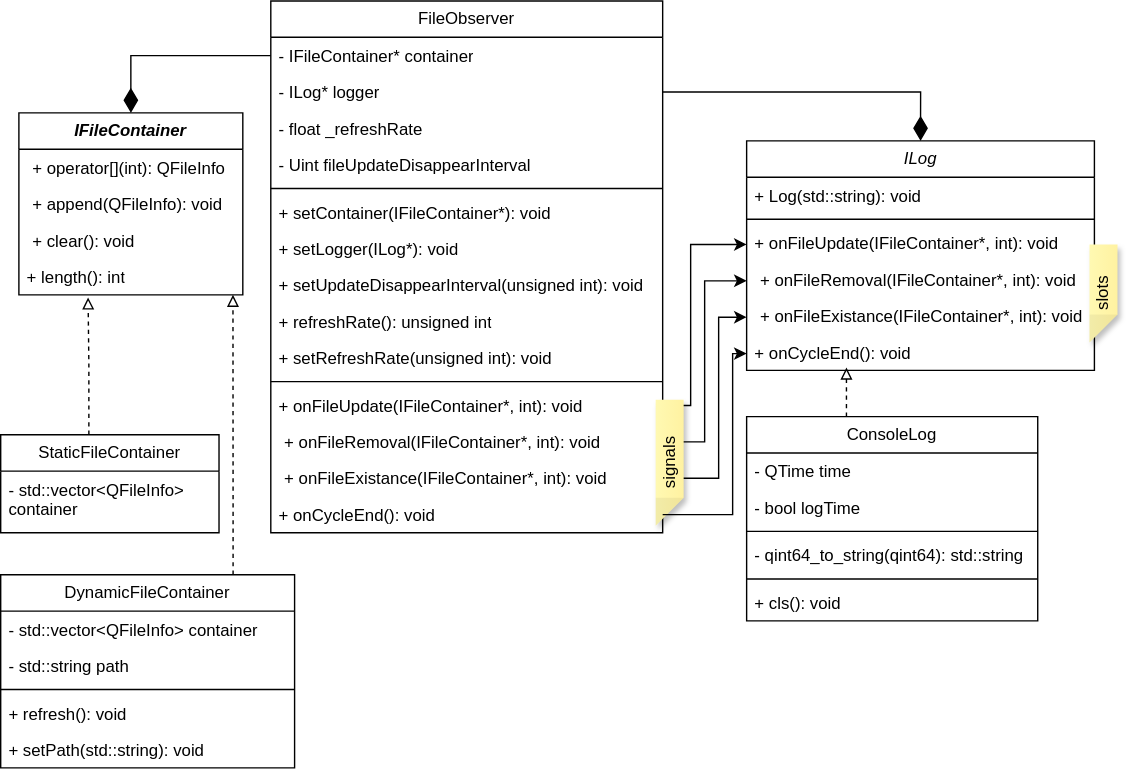
This is uml.drawio.svg from Helbushek/FileManager, a draw.io export, as it was before one commit. Source tidied: cells renumbered, new cells last; positions are measured from the earlier drawing's top-left corner, leaving out a move shared by most shapes.
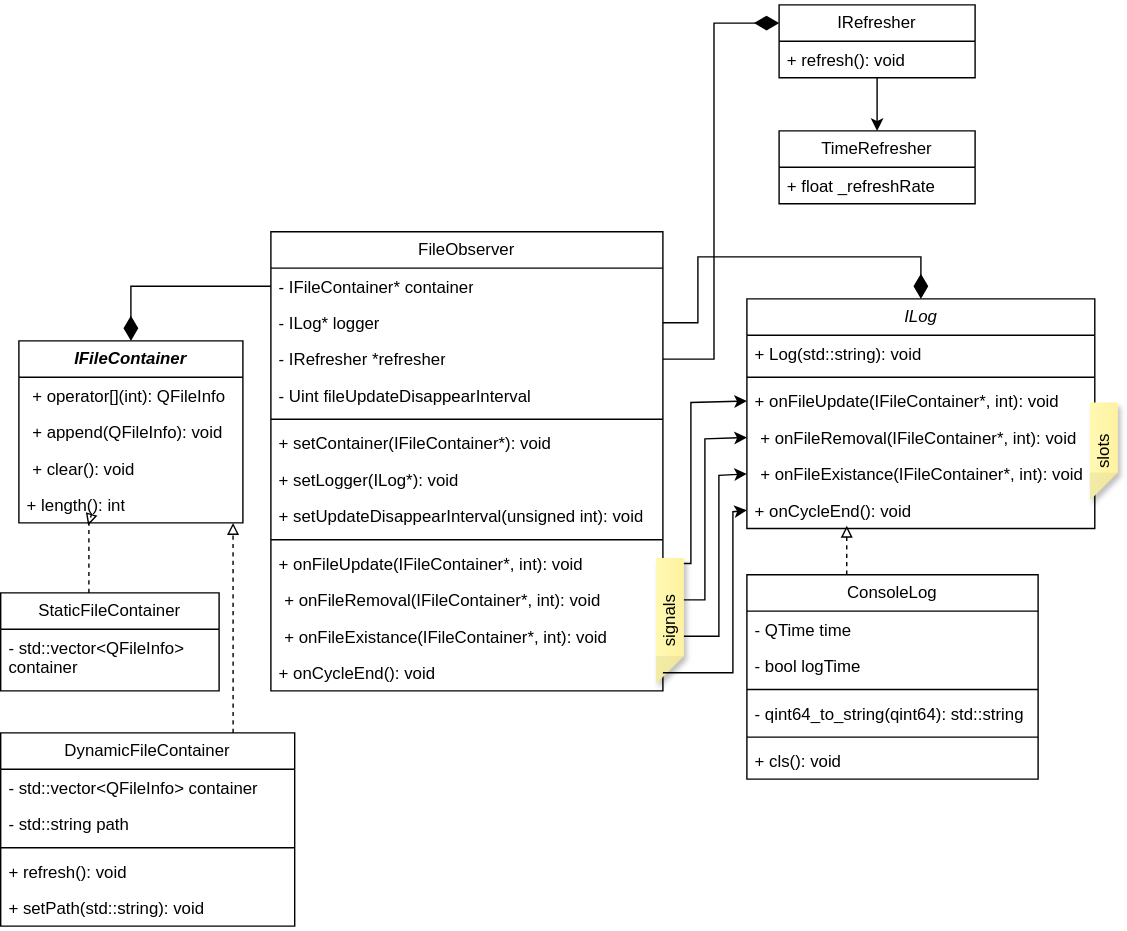
Later version of the same file.

Commit message:
Change for adding Refresher class in uml.drawio.svg

Change to the diagram source:
```diff
@@ -29,7 +29,7 @@
       <mxGeometry y="112" width="210" height="26" as="geometry" />
     </mxCell>
     <mxCell id="9" value="FileObserver" style="swimlane;fontStyle=0;horizontal=1;startSize=26;fillColor=none;whiteSpace=wrap;html=1;" parent="1" vertex="1">
-      <mxGeometry x="193" width="280" height="380" as="geometry" />
+      <mxGeometry x="193" y="52" width="280" height="328" as="geometry" />
     </mxCell>
     <mxCell id="10" value="- IFileContainer* container&lt;div&gt;&lt;br&gt;&lt;/div&gt;" style="text;strokeColor=none;fillColor=none;align=left;verticalAlign=top;spacingLeft=4;spacingRight=4;overflow=hidden;points=[[0,0.5],[1,0.5]];portConstraint=eastwest;whiteSpace=wrap;html=1;" parent="9" vertex="1">
       <mxGeometry y="26" width="280" height="26" as="geometry" />
@@ -37,7 +37,7 @@
     <mxCell id="11" value="- ILog* logger" style="text;strokeColor=none;fillColor=none;align=left;verticalAlign=top;spacingLeft=4;spacingRight=4;overflow=hidden;points=[[0,0.5],[1,0.5]];portConstraint=eastwest;whiteSpace=wrap;html=1;" parent="9" vertex="1">
       <mxGeometry y="52" width="280" height="26" as="geometry" />
     </mxCell>
-    <mxCell id="12" value="- float _refreshRate" style="text;strokeColor=none;fillColor=none;align=left;verticalAlign=top;spacingLeft=4;spacingRight=4;overflow=hidden;points=[[0,0.5],[1,0.5]];portConstraint=eastwest;whiteSpace=wrap;html=1;" parent="9" vertex="1">
+    <mxCell id="12" value="- IRefresher *refresher" style="text;strokeColor=none;fillColor=none;align=left;verticalAlign=top;spacingLeft=4;spacingRight=4;overflow=hidden;points=[[0,0.5],[1,0.5]];portConstraint=eastwest;whiteSpace=wrap;html=1;" parent="9" vertex="1">
       <mxGeometry y="78" width="280" height="26" as="geometry" />
     </mxCell>
     <mxCell id="13" value="- Uint fileUpdateDisappearInterval" style="text;strokeColor=none;fillColor=none;align=left;verticalAlign=top;spacingLeft=4;spacingRight=4;overflow=hidden;whiteSpace=wrap;html=1;" parent="9" vertex="1">
@@ -55,26 +55,20 @@
     <mxCell id="17" value="+ setUpdateDisappearInterval(unsigned int): void" style="text;strokeColor=none;fillColor=none;align=left;verticalAlign=top;spacingLeft=4;spacingRight=4;overflow=hidden;whiteSpace=wrap;html=1;" parent="9" vertex="1">
       <mxGeometry y="190" width="280" height="26" as="geometry" />
     </mxCell>
-    <mxCell id="18" value="+ refreshRate(): unsigned int" style="text;strokeColor=none;fillColor=none;align=left;verticalAlign=top;spacingLeft=4;spacingRight=4;overflow=hidden;whiteSpace=wrap;html=1;" parent="9" vertex="1">
-      <mxGeometry y="216" width="280" height="26" as="geometry" />
-    </mxCell>
-    <mxCell id="19" value="+ setRefreshRate(unsigned int): void" style="text;strokeColor=none;fillColor=none;align=left;verticalAlign=top;spacingLeft=4;spacingRight=4;overflow=hidden;whiteSpace=wrap;html=1;" parent="9" vertex="1">
-      <mxGeometry y="242" width="280" height="26" as="geometry" />
-    </mxCell>
     <mxCell id="20" style="line;strokeWidth=1;fillColor=none;align=left;verticalAlign=middle;spacingTop=-1;spacingLeft=3;spacingRight=3;labelPosition=right;strokeColor=inherit;" parent="9" vertex="1">
-      <mxGeometry y="268" width="280" height="8" as="geometry" />
+      <mxGeometry y="216" width="280" height="8" as="geometry" />
     </mxCell>
     <mxCell id="21" value="+ onFileUpdate(IFileContainer*, int): void" style="text;strokeColor=none;fillColor=none;align=left;verticalAlign=top;spacingLeft=4;spacingRight=4;overflow=hidden;points=[[0,0.5],[1,0.5]];portConstraint=eastwest;whiteSpace=wrap;html=1;" parent="9" vertex="1">
-      <mxGeometry y="276" width="280" height="26" as="geometry" />
+      <mxGeometry y="224" width="280" height="26" as="geometry" />
     </mxCell>
     <mxCell id="22" value="&lt;p style=&quot;margin: 0px 0px 0px 4px;&quot;&gt;+ onFileRemoval(IFileContainer*, int): void&lt;/p&gt;&lt;div&gt;&lt;br&gt;&lt;/div&gt;" style="text;strokeColor=none;fillColor=none;align=left;verticalAlign=top;spacingLeft=4;spacingRight=4;overflow=hidden;points=[[0,0.5],[1,0.5]];portConstraint=eastwest;whiteSpace=wrap;html=1;" parent="9" vertex="1">
-      <mxGeometry y="302" width="280" height="26" as="geometry" />
+      <mxGeometry y="250" width="280" height="26" as="geometry" />
     </mxCell>
     <mxCell id="23" value="&lt;p style=&quot;margin: 0px 0px 0px 4px;&quot;&gt;+ onFileExistance(IFileContainer*, int): void&lt;/p&gt;&lt;div&gt;&lt;br&gt;&lt;/div&gt;" style="text;strokeColor=none;fillColor=none;align=left;verticalAlign=top;spacingLeft=4;spacingRight=4;overflow=hidden;points=[[0,0.5],[1,0.5]];portConstraint=eastwest;whiteSpace=wrap;html=1;" parent="9" vertex="1">
-      <mxGeometry y="328" width="280" height="26" as="geometry" />
+      <mxGeometry y="276" width="280" height="26" as="geometry" />
     </mxCell>
     <mxCell id="24" value="+ onCycleEnd(): void" style="text;strokeColor=none;fillColor=none;align=left;verticalAlign=top;spacingLeft=4;spacingRight=4;overflow=hidden;points=[[0,0.5],[1,0.5]];portConstraint=eastwest;whiteSpace=wrap;html=1;" parent="9" vertex="1">
-      <mxGeometry y="354" width="280" height="26" as="geometry" />
+      <mxGeometry y="302" width="280" height="26" as="geometry" />
     </mxCell>
     <mxCell id="25" style="edgeStyle=orthogonalEdgeStyle;rounded=0;jettySize=auto;html=1;dashed=1;endArrow=block;endFill=0;strokeColor=default;entryX=0.287;entryY=0.923;entryDx=0;entryDy=0;entryPerimeter=0;" parent="1" edge="1" source="26" target="41">
       <mxGeometry relative="1" as="geometry">
@@ -171,7 +165,7 @@
       </mxGeometry>
     </mxCell>
     <mxCell id="48" value="&lt;b&gt;&lt;i&gt;IFileContainer&lt;/i&gt;&lt;/b&gt;" style="swimlane;fontStyle=0;horizontal=1;startSize=26;fillColor=none;whiteSpace=wrap;html=1;" parent="1" vertex="1">
-      <mxGeometry x="13" y="80" width="160" height="130" as="geometry" />
+      <mxGeometry x="13" y="130" width="160" height="130" as="geometry" />
     </mxCell>
     <mxCell id="49" value="&lt;p style=&quot;margin: 0px 0px 0px 4px;&quot;&gt;+ operator[](int): QFileInfo&lt;/p&gt;&lt;div&gt;&lt;br&gt;&lt;/div&gt;" style="text;strokeColor=none;fillColor=none;align=left;verticalAlign=top;spacingLeft=4;spacingRight=4;overflow=hidden;whiteSpace=wrap;html=1;" parent="48" vertex="1">
       <mxGeometry y="26" width="160" height="26" as="geometry" />
@@ -199,5 +193,23 @@
     <mxCell id="55" value="- std::vector&amp;lt;QFileInfo&amp;gt; container" style="text;strokeColor=none;fillColor=none;align=left;verticalAlign=top;spacingLeft=4;spacingRight=4;overflow=hidden;whiteSpace=wrap;html=1;" parent="54" vertex="1">
       <mxGeometry y="26" width="156" height="44" as="geometry" />
     </mxCell>
+    <mxCell id="56" style="edgeStyle=orthogonalEdgeStyle;rounded=0;jettySize=auto;html=1;entryX=0.5;entryY=0;entryDx=0;entryDy=0;" parent="1" edge="1" source="57" target="59">
+      <mxGeometry relative="1" as="geometry" />
+    </mxCell>
+    <mxCell id="57" value="IRefresher" style="swimlane;fontStyle=0;horizontal=1;startSize=26;fillColor=none;whiteSpace=wrap;html=1;" parent="1" vertex="1">
+      <mxGeometry x="556" y="-110" width="140" height="52" as="geometry" />
+    </mxCell>
+    <mxCell id="58" value="+ refresh(): void" style="text;strokeColor=none;fillColor=none;align=left;verticalAlign=top;spacingLeft=4;spacingRight=4;overflow=hidden;whiteSpace=wrap;html=1;" parent="57" vertex="1">
+      <mxGeometry y="26" width="140" height="26" as="geometry" />
+    </mxCell>
+    <mxCell id="59" value="TimeRefresher" style="swimlane;fontStyle=0;horizontal=1;startSize=26;fillColor=none;whiteSpace=wrap;html=1;" parent="1" vertex="1">
+      <mxGeometry x="556" y="-20" width="140" height="52" as="geometry" />
+    </mxCell>
+    <mxCell id="60" value="+ float _refreshRate" style="text;strokeColor=none;fillColor=none;align=left;verticalAlign=top;spacingLeft=4;spacingRight=4;overflow=hidden;whiteSpace=wrap;html=1;" parent="59" vertex="1">
+      <mxGeometry y="26" width="140" height="26" as="geometry" />
+    </mxCell>
+    <mxCell id="61" style="edgeStyle=orthogonalEdgeStyle;rounded=0;jettySize=auto;html=1;entryX=0;entryY=0.25;entryDx=0;entryDy=0;endArrow=diamondThin;endFill=1;endSize=15;" parent="1" edge="1" source="12" target="57">
+      <mxGeometry relative="1" as="geometry" />
+    </mxCell>
   </root>
 </mxGraphModel>
```
